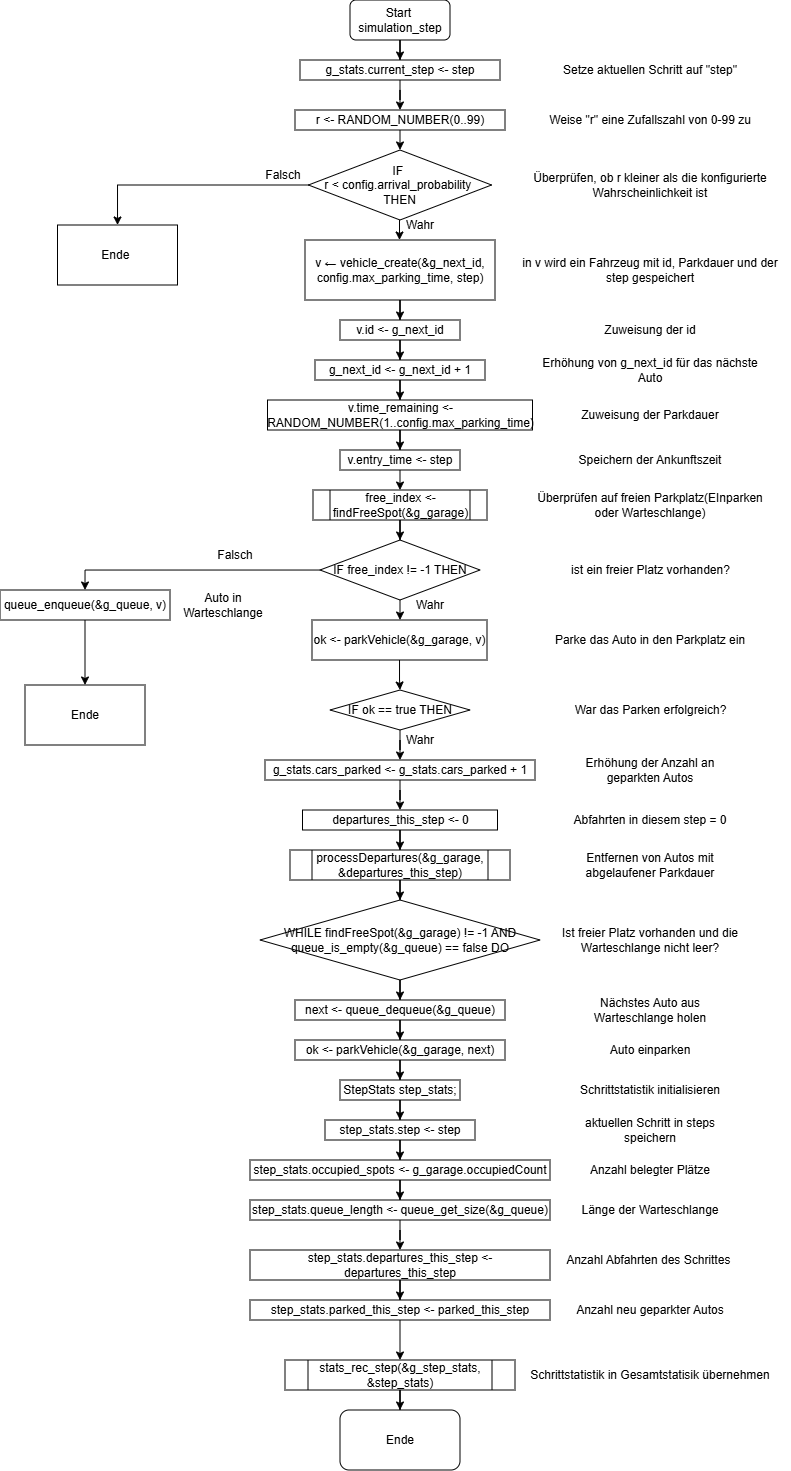
Above: docs/flowcharts/simulation_step flowchart.drawio.png in yasinbakacs/Projekt_Programmieren1 (draw.io), before the change. Source tidied: cells renumbered, new cells last; positions are measured from the earlier drawing's top-left corner, leaving out a move shared by most shapes.
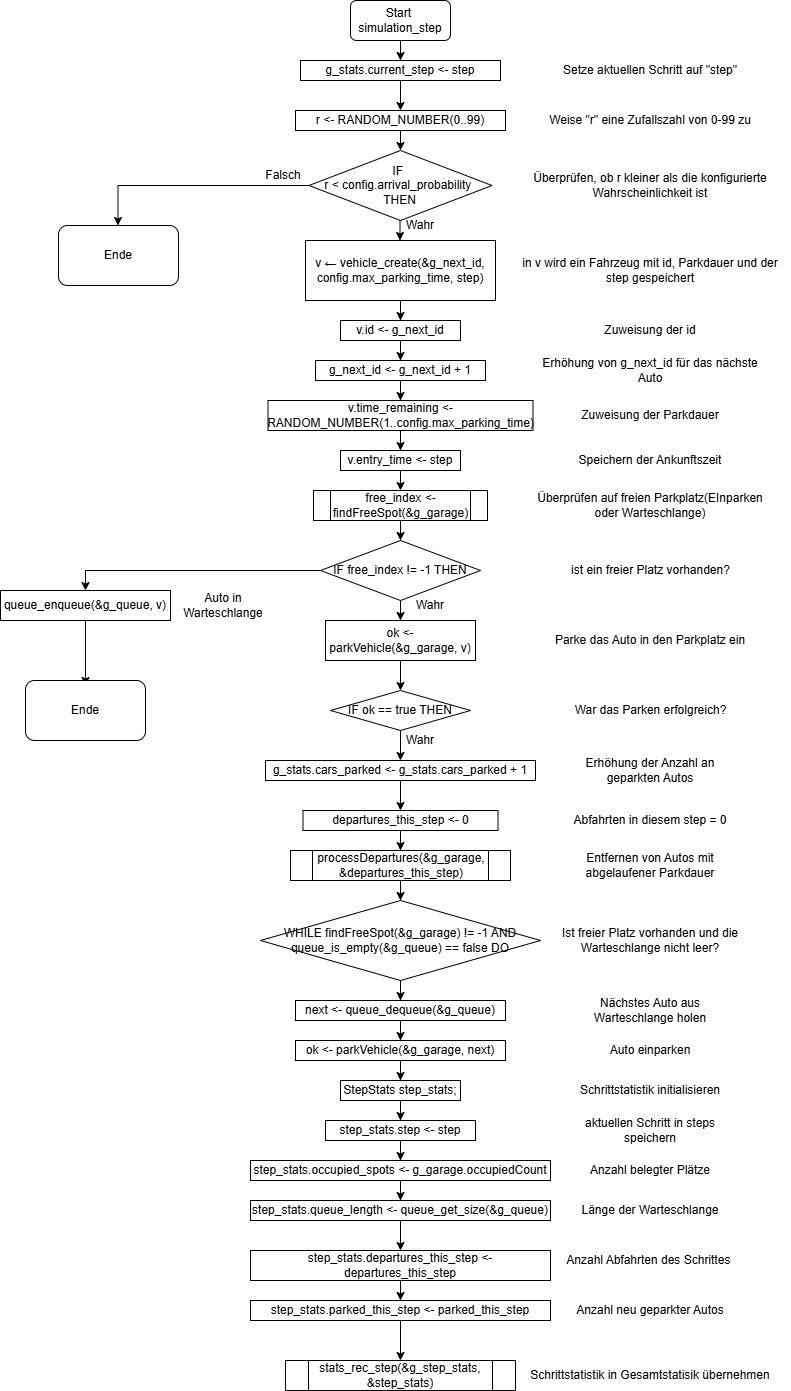
After the commit.

Commit message:
Verbesserung von simulation_step und hinzufügen von parkingVehicle

What changed in the source:
```diff
@@ -32,8 +32,10 @@
     <mxCell id="10" value="Weise &quot;r&quot; eine Zufallszahl von 0-99 zu" style="text;html=1;whiteSpace=wrap;strokeColor=none;fillColor=none;align=center;verticalAlign=middle;rounded=0;" parent="1" vertex="1">
       <mxGeometry x="530" y="112.5" width="240" height="15" as="geometry" />
     </mxCell>
-    <mxCell id="11" style="edgeStyle=orthogonalEdgeStyle;rounded=0;jettySize=auto;html=1;" parent="1" edge="1" source="12" target="51">
-      <mxGeometry relative="1" as="geometry" />
+    <mxCell id="11" style="edgeStyle=orthogonalEdgeStyle;rounded=0;jettySize=auto;html=1;" parent="1" edge="1" source="12">
+      <mxGeometry relative="1" as="geometry">
+        <mxPoint x="117.5" y="225" as="targetPoint" />
+      </mxGeometry>
     </mxCell>
     <mxCell id="12" value="IF&amp;nbsp;&lt;div&gt;r &amp;lt; config.arrival_probability&amp;nbsp;&lt;/div&gt;&lt;div&gt;THEN&lt;/div&gt;" style="rhombus;whiteSpace=wrap;html=1;rounded=0;" parent="1" vertex="1">
       <mxGeometry x="308.4" y="150" width="183.1" height="70" as="geometry" />
@@ -116,7 +118,7 @@
       <mxGeometry relative="1" as="geometry" />
     </mxCell>
     <mxCell id="38" value="ok &lt;- parkVehicle(&amp;g_garage, v)" style="whiteSpace=wrap;html=1;" parent="1" vertex="1">
-      <mxGeometry x="312" y="620" width="175" height="40" as="geometry" />
+      <mxGeometry x="325" y="620" width="150" height="40" as="geometry" />
     </mxCell>
     <mxCell id="39" value="Wahr" style="text;html=1;whiteSpace=wrap;strokeColor=none;fillColor=none;align=center;verticalAlign=middle;rounded=0;" parent="1" vertex="1">
       <mxGeometry x="400" y="590" width="60" height="30" as="geometry" />
@@ -145,8 +147,10 @@
     <mxCell id="47" value="Erhöhung der Anzahl an geparkten Autos" style="text;html=1;whiteSpace=wrap;strokeColor=none;fillColor=none;align=center;verticalAlign=middle;rounded=0;" parent="1" vertex="1">
       <mxGeometry x="565" y="755" width="170" height="30" as="geometry" />
     </mxCell>
-    <mxCell id="48" style="edgeStyle=orthogonalEdgeStyle;rounded=0;jettySize=auto;html=1;" parent="1" edge="1" source="49" target="68">
-      <mxGeometry relative="1" as="geometry" />
+    <mxCell id="48" style="edgeStyle=orthogonalEdgeStyle;rounded=0;jettySize=auto;html=1;" parent="1" edge="1" source="49">
+      <mxGeometry relative="1" as="geometry">
+        <mxPoint x="85" y="685" as="targetPoint" />
+      </mxGeometry>
     </mxCell>
     <mxCell id="49" value="queue_enqueue(&amp;amp;g_queue, v)" style="rounded=0;whiteSpace=wrap;html=1;" parent="1" vertex="1">
       <mxGeometry y="590" width="170" height="30" as="geometry" />
@@ -154,9 +158,6 @@
     <mxCell id="50" value="Auto in Warteschlange" style="text;html=1;whiteSpace=wrap;strokeColor=none;fillColor=none;align=center;verticalAlign=middle;rounded=0;" parent="1" vertex="1">
       <mxGeometry x="177.5" y="590" width="90" height="30" as="geometry" />
     </mxCell>
-    <mxCell id="51" value="Ende&amp;nbsp;" style="whiteSpace=wrap;html=1;rounded=0;" parent="1" vertex="1">
-      <mxGeometry x="57.5" y="225" width="120" height="60" as="geometry" />
-    </mxCell>
     <mxCell id="52" value="Falsch" style="text;html=1;whiteSpace=wrap;strokeColor=none;fillColor=none;align=center;verticalAlign=middle;rounded=0;" parent="1" vertex="1">
       <mxGeometry x="253" y="160" width="60" height="30" as="geometry" />
     </mxCell>
@@ -205,9 +206,6 @@
     <mxCell id="67" value="Auto einparken" style="text;html=1;whiteSpace=wrap;strokeColor=none;fillColor=none;align=center;verticalAlign=middle;rounded=0;" parent="1" vertex="1">
       <mxGeometry x="595" y="1035" width="110" height="30" as="geometry" />
     </mxCell>
-    <mxCell id="68" value="Ende" style="whiteSpace=wrap;html=1;rounded=0;" parent="1" vertex="1">
-      <mxGeometry x="25" y="685" width="120" height="60" as="geometry" />
-    </mxCell>
     <mxCell id="69" style="edgeStyle=orthogonalEdgeStyle;rounded=0;jettySize=auto;html=1;" parent="1" edge="1" source="70" target="73">
       <mxGeometry relative="1" as="geometry" />
     </mxCell>
@@ -264,20 +262,17 @@
     <mxCell id="86" value="Anzahl neu geparkter Autos" style="text;html=1;whiteSpace=wrap;strokeColor=none;fillColor=none;align=center;verticalAlign=middle;rounded=0;" parent="1" vertex="1">
       <mxGeometry x="565" y="1295" width="170" height="30" as="geometry" />
     </mxCell>
-    <mxCell id="87" style="edgeStyle=orthogonalEdgeStyle;rounded=0;jettySize=auto;html=1;" parent="1" edge="1" source="88" target="90">
-      <mxGeometry relative="1" as="geometry" />
-    </mxCell>
     <mxCell id="88" value="stats_rec_step(&amp;amp;g_step_stats, &amp;amp;step_stats)" style="shape=process;whiteSpace=wrap;html=1;backgroundOutline=1;" parent="1" vertex="1">
       <mxGeometry x="285" y="1360" width="230" height="30" as="geometry" />
     </mxCell>
     <mxCell id="89" value="Schrittstatistik in Gesamtstatisik übernehmen" style="text;html=1;whiteSpace=wrap;strokeColor=none;fillColor=none;align=center;verticalAlign=middle;rounded=0;" parent="1" vertex="1">
       <mxGeometry x="525" y="1360" width="250" height="30" as="geometry" />
     </mxCell>
-    <mxCell id="90" value="&lt;div&gt;Ende&lt;/div&gt;" style="rounded=1;whiteSpace=wrap;html=1;" parent="1" vertex="1">
-      <mxGeometry x="340" y="1410" width="120" height="60" as="geometry" />
-    </mxCell>
-    <mxCell id="91" value="Falsch" style="text;html=1;whiteSpace=wrap;strokeColor=none;fillColor=none;align=center;verticalAlign=middle;rounded=0;" parent="1" vertex="1">
-      <mxGeometry x="205" y="540" width="60" height="30" as="geometry" />
-    </mxCell>
+    <mxCell id="92" value="Ende" style="rounded=1;whiteSpace=wrap;html=1;" parent="1" vertex="1">
+      <mxGeometry x="58" y="225" width="120" height="60" as="geometry" />
+    </mxCell>
+    <mxCell id="93" value="Ende" style="rounded=1;whiteSpace=wrap;html=1;" parent="1" vertex="1">
+      <mxGeometry x="25" y="680" width="120" height="60" as="geometry" />
+    </mxCell>
   </root>
 </mxGraphModel>
```
